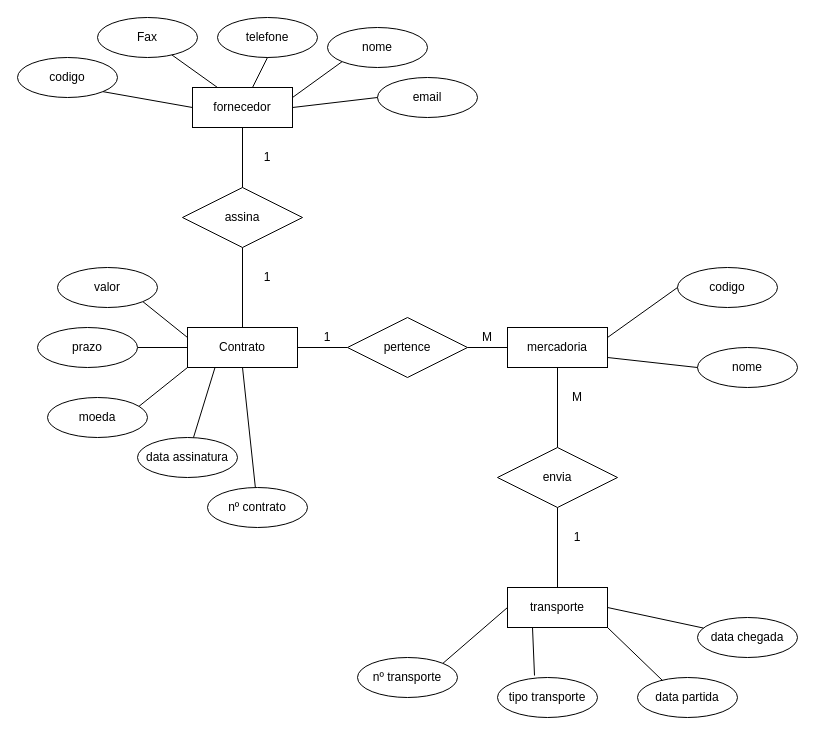
The draw.io diagram Untitled Diagram.drawio in joaogomes777/pr_bio_2020-2021_assignments, before the edit. Source tidied: cells renumbered, new cells numbered last; positions are measured from the earlier drawing's top-left corner, leaving out a move shared by most shapes. Both pictures are drawn from the tidied source at 100%, with x=0, y=0 at pixel (17, 17).
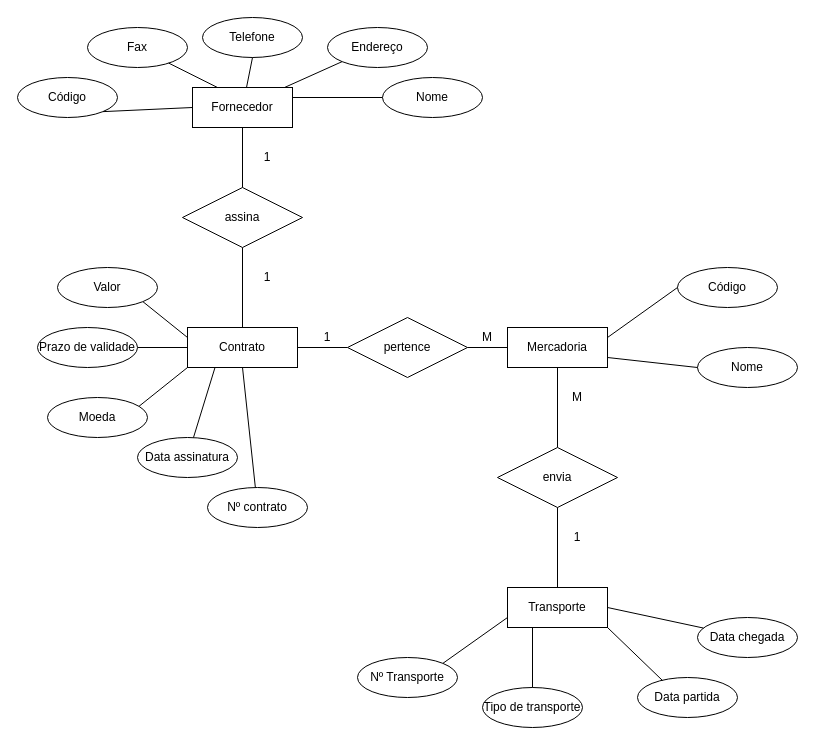
After the change.

Commit message:
Ficha de trabalho 1 de BD

Diff of the diagram source:
```diff
@@
-    <mxCell id="6" value="transporte" style="whiteSpace=wrap;html=1;align=center;" parent="1" vertex="1">
+    <mxCell id="6" value="Transporte" style="whiteSpace=wrap;html=1;align=center;" parent="1" vertex="1">
       <mxGeometry x="490" y="570" width="100" height="40" as="geometry" />
     </mxCell>
-    <mxCell id="7" value="fornecedor" style="whiteSpace=wrap;html=1;align=center;" parent="1" vertex="1">
+    <mxCell id="7" value="Fornecedor" style="whiteSpace=wrap;html=1;align=center;" parent="1" vertex="1">
       <mxGeometry x="175" y="70" width="100" height="40" as="geometry" />
     </mxCell>
-    <mxCell id="8" value="mercadoria" style="whiteSpace=wrap;html=1;align=center;" parent="1" vertex="1">
+    <mxCell id="8" value="Mercadoria" style="whiteSpace=wrap;html=1;align=center;" parent="1" vertex="1">
       <mxGeometry x="490" y="310" width="100" height="40" as="geometry" />
     </mxCell>
@@
-    <mxCell id="21" value="tipo transporte" style="ellipse;whiteSpace=wrap;html=1;align=center;" parent="1" vertex="1">
-      <mxGeometry x="480" y="660" width="100" height="40" as="geometry" />
+    <mxCell id="21" value="Tipo de transporte" style="ellipse;whiteSpace=wrap;html=1;align=center;" parent="1" vertex="1">
+      <mxGeometry x="465" y="670" width="100" height="40" as="geometry" />
     </mxCell>
-    <mxCell id="22" value="codigo" style="ellipse;whiteSpace=wrap;html=1;align=center;" parent="1" vertex="1">
+    <mxCell id="22" value="Código" style="ellipse;whiteSpace=wrap;html=1;align=center;" parent="1" vertex="1">
       <mxGeometry x="660" y="250" width="100" height="40" as="geometry" />
     </mxCell>
-    <mxCell id="23" value="codigo" style="ellipse;whiteSpace=wrap;html=1;align=center;" parent="1" vertex="1">
-      <mxGeometry y="40" width="100" height="40" as="geometry" />
+    <mxCell id="23" value="Código" style="ellipse;whiteSpace=wrap;html=1;align=center;" parent="1" vertex="1">
+      <mxGeometry y="60" width="100" height="40" as="geometry" />
     </mxCell>
     <mxCell id="24" value="Fax" style="ellipse;whiteSpace=wrap;html=1;align=center;" parent="1" vertex="1">
-      <mxGeometry x="80" width="100" height="40" as="geometry" />
+      <mxGeometry x="70" y="10" width="100" height="40" as="geometry" />
     </mxCell>
-    <mxCell id="25" value="telefone" style="ellipse;whiteSpace=wrap;html=1;align=center;" parent="1" vertex="1">
-      <mxGeometry x="200" width="100" height="40" as="geometry" />
+    <mxCell id="25" value="Telefone" style="ellipse;whiteSpace=wrap;html=1;align=center;" parent="1" vertex="1">
+      <mxGeometry x="185" width="100" height="40" as="geometry" />
     </mxCell>
-    <mxCell id="26" value="nome" style="ellipse;whiteSpace=wrap;html=1;align=center;" parent="1" vertex="1">
-      <mxGeometry x="310" y="10" width="100" height="40" as="geometry" />
+    <mxCell id="26" value="Nome" style="ellipse;whiteSpace=wrap;html=1;align=center;" parent="1" vertex="1">
+      <mxGeometry x="365" y="60" width="100" height="40" as="geometry" />
     </mxCell>
@@
-    <mxCell id="30" style="endArrow=none;html=1;entryX=1;entryY=0.25;entryDx=0;entryDy=0;exitX=0;exitY=1;exitDx=0;exitDy=0;" parent="1" edge="1" source="26" target="7">
+    <mxCell id="30" style="endArrow=none;html=1;entryX=1;entryY=0.25;entryDx=0;entryDy=0;exitX=0;exitY=0.5;exitDx=0;exitDy=0;" parent="1" edge="1" source="26" target="7">
       <mxGeometry relative="1" as="geometry" />
     </mxCell>
-    <mxCell id="31" value="email" style="ellipse;whiteSpace=wrap;html=1;align=center;" parent="1" vertex="1">
-      <mxGeometry x="360" y="60" width="100" height="40" as="geometry" />
-    </mxCell>
-    <mxCell id="32" style="endArrow=none;html=1;entryX=1;entryY=0.5;entryDx=0;entryDy=0;exitX=0;exitY=0.5;exitDx=0;exitDy=0;" parent="1" edge="1" source="31" target="7">
-      <mxGeometry relative="1" as="geometry" />
-    </mxCell>
@@
-    <mxCell id="38" value="nº contrato" style="ellipse;whiteSpace=wrap;html=1;align=center;" parent="1" vertex="1">
+    <mxCell id="38" value="Nº contrato" style="ellipse;whiteSpace=wrap;html=1;align=center;" parent="1" vertex="1">
       <mxGeometry x="190" y="470" width="100" height="40" as="geometry" />
     </mxCell>
-    <mxCell id="39" value="data assinatura" style="ellipse;whiteSpace=wrap;html=1;align=center;" parent="1" vertex="1">
+    <mxCell id="39" value="Data assinatura" style="ellipse;whiteSpace=wrap;html=1;align=center;" parent="1" vertex="1">
       <mxGeometry x="120" y="420" width="100" height="40" as="geometry" />
     </mxCell>
-    <mxCell id="40" value="moeda" style="ellipse;whiteSpace=wrap;html=1;align=center;" parent="1" vertex="1">
+    <mxCell id="40" value="Moeda" style="ellipse;whiteSpace=wrap;html=1;align=center;" parent="1" vertex="1">
       <mxGeometry x="30" y="380" width="100" height="40" as="geometry" />
     </mxCell>
-    <mxCell id="41" value="prazo" style="ellipse;whiteSpace=wrap;html=1;align=center;" parent="1" vertex="1">
+    <mxCell id="41" value="Prazo de validade" style="ellipse;whiteSpace=wrap;html=1;align=center;" parent="1" vertex="1">
       <mxGeometry x="20" y="310" width="100" height="40" as="geometry" />
     </mxCell>
-    <mxCell id="42" value="valor" style="ellipse;whiteSpace=wrap;html=1;align=center;" parent="1" vertex="1">
+    <mxCell id="42" value="Valor" style="ellipse;whiteSpace=wrap;html=1;align=center;" parent="1" vertex="1">
       <mxGeometry x="40" y="250" width="100" height="40" as="geometry" />
     </mxCell>
-    <mxCell id="43" value="data partida" style="ellipse;whiteSpace=wrap;html=1;align=center;" parent="1" vertex="1">
+    <mxCell id="43" value="Data partida" style="ellipse;whiteSpace=wrap;html=1;align=center;" parent="1" vertex="1">
       <mxGeometry x="620" y="660" width="100" height="40" as="geometry" />
     </mxCell>
-    <mxCell id="44" value="nome" style="ellipse;whiteSpace=wrap;html=1;align=center;" parent="1" vertex="1">
+    <mxCell id="44" value="Nome" style="ellipse;whiteSpace=wrap;html=1;align=center;" parent="1" vertex="1">
       <mxGeometry x="680" y="330" width="100" height="40" as="geometry" />
     </mxCell>
@@
-    <mxCell id="46" style="endArrow=none;html=1;entryX=0.25;entryY=1;entryDx=0;entryDy=0;exitX=0.37;exitY=-0.05;exitDx=0;exitDy=0;exitPerimeter=0;" parent="1" edge="1" source="21" target="6">
+    <mxCell id="46" style="endArrow=none;html=1;entryX=0.25;entryY=1;entryDx=0;entryDy=0;" parent="1" edge="1" source="21" target="6">
       <mxGeometry relative="1" as="geometry" />
     </mxCell>
@@
-    <mxCell id="49" value="nº transporte" style="ellipse;whiteSpace=wrap;html=1;align=center;" parent="1" vertex="1">
+    <mxCell id="49" value="Nº Transporte" style="ellipse;whiteSpace=wrap;html=1;align=center;" parent="1" vertex="1">
       <mxGeometry x="340" y="640" width="100" height="40" as="geometry" />
     </mxCell>
-    <mxCell id="50" value="data chegada" style="ellipse;whiteSpace=wrap;html=1;align=center;" parent="1" vertex="1">
+    <mxCell id="50" value="Data chegada" style="ellipse;whiteSpace=wrap;html=1;align=center;" parent="1" vertex="1">
       <mxGeometry x="680" y="600" width="100" height="40" as="geometry" />
     </mxCell>
-    <mxCell id="51" style="endArrow=none;html=1;entryX=0;entryY=0.5;entryDx=0;entryDy=0;exitX=1;exitY=0;exitDx=0;exitDy=0;" parent="1" edge="1" source="49" target="6">
+    <mxCell id="51" style="endArrow=none;html=1;entryX=0;entryY=0.75;entryDx=0;entryDy=0;exitX=1;exitY=0;exitDx=0;exitDy=0;" parent="1" edge="1" source="49" target="6">
       <mxGeometry relative="1" as="geometry" />
     </mxCell>
@@
+    <mxCell id="53" value="Endereço" style="ellipse;whiteSpace=wrap;html=1;align=center;" parent="1" vertex="1">
+      <mxGeometry x="310" y="10" width="100" height="40" as="geometry" />
+    </mxCell>
+    <mxCell id="54" style="endArrow=none;html=1;exitX=0;exitY=1;exitDx=0;exitDy=0;" parent="1" edge="1" source="53">
+      <mxGeometry relative="1" as="geometry">
+        <mxPoint x="267" y="70" as="targetPoint" />
+      </mxGeometry>
+    </mxCell>
```
